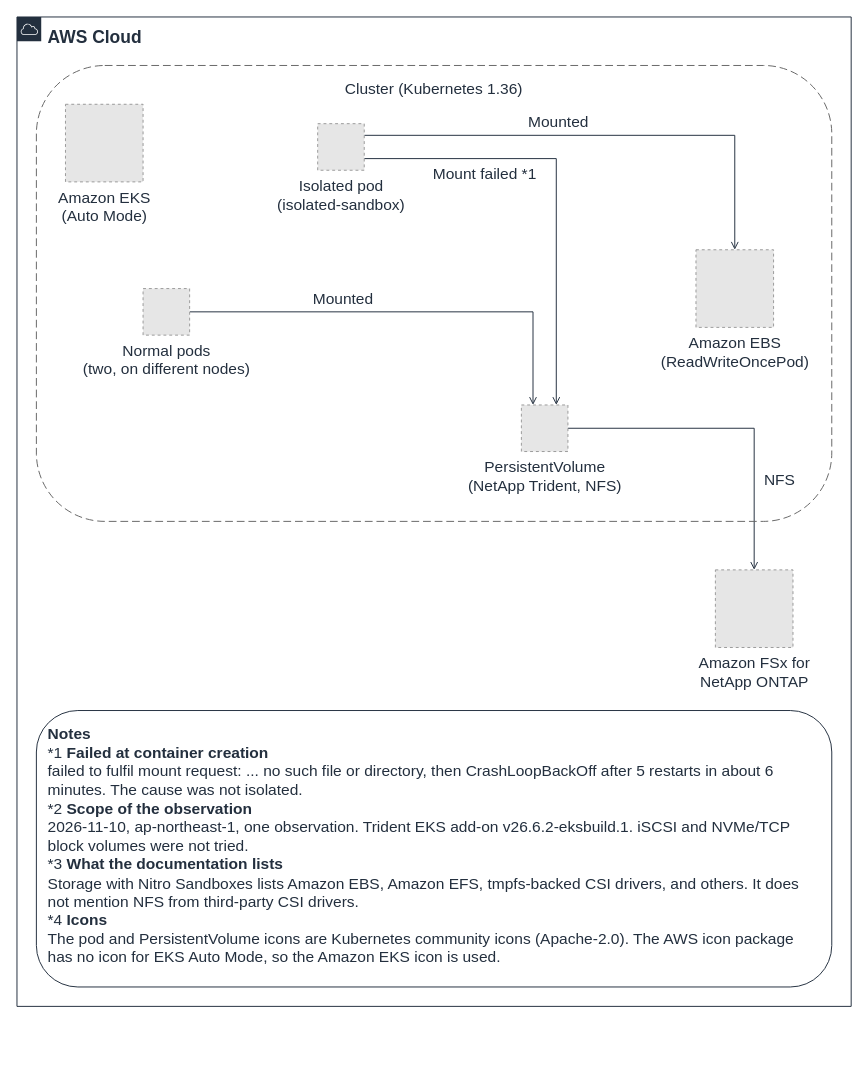
Earlier version of the draw.io diagram docs/_assets/diagrams/s3ap-sandbox-storage-en.drawio (Yoshiki0705/FSx-for-ONTAP-Container-Datastore-Patterns). Source tidied: cells renumbered, new cells numbered last; positions are measured from the earlier drawing's top-left corner, leaving out a move shared by most shapes. Both pictures are drawn from the tidied source at 97%, with x=0, y=0 at pixel (16, 16). Pictures stored in the file or linked from it are replaced by grey dashed boxes.
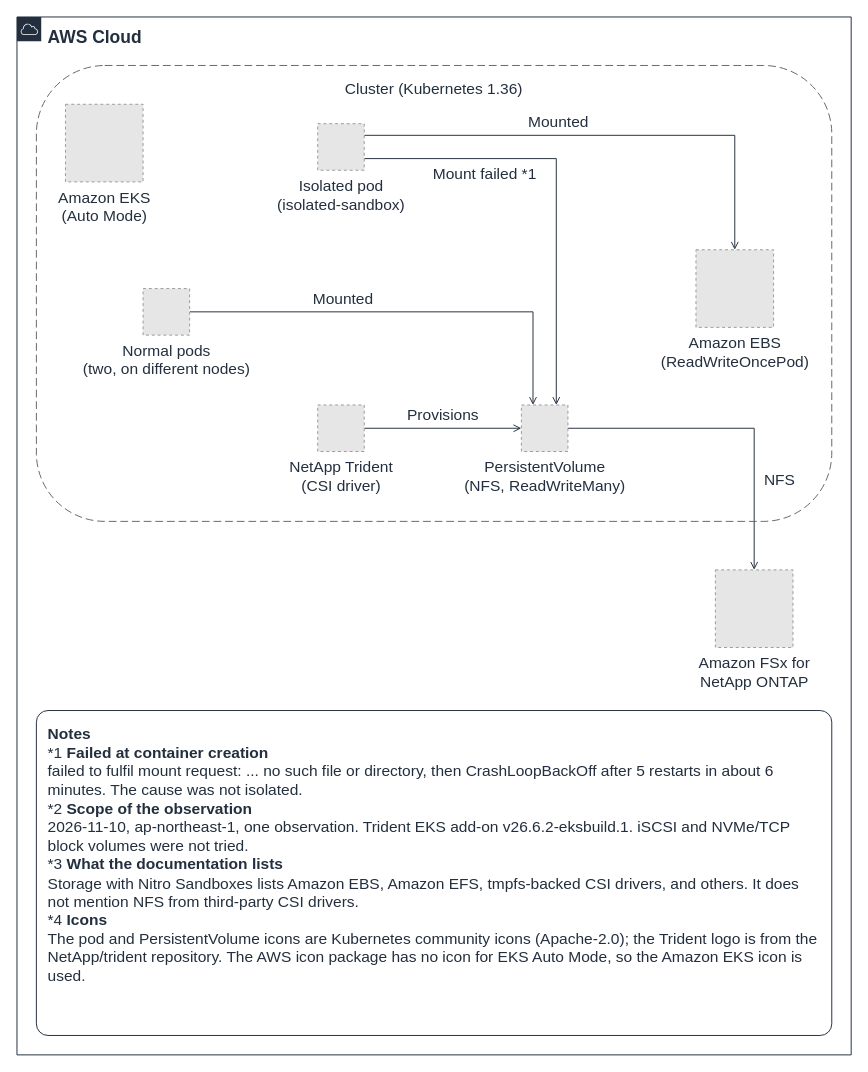
The same page after the edit.

What changed in the source:
```diff
@@
+    <mxCell id="15" value="Provisions" style="edgeStyle=orthogonalEdgeStyle;rounded=0;html=1;endArrow=open;endFill=0;strokeColor=#232F3E;strokeWidth=1;fontSize=16;fontColor=#232F3E;labelBackgroundColor=#FFFFFF;exitX=1.0;exitY=0.5;exitDx=0;exitDy=0;entryX=0.0;entryY=0.5;entryDx=0;entryDy=0;" parent="1" edge="1" source="16" target="13">
+      <mxGeometry relative="1" as="geometry">
+        <mxPoint y="-14" as="offset" />
+      </mxGeometry>
+    </mxCell>
@@
     <mxCell id="6" value="AWS Cloud" style="gradientColor=none;html=1;whiteSpace=wrap;fontSize=18;fontStyle=1;fontColor=#232F3E;shape=mxgraph.aws4.group;grIcon=mxgraph.aws4.group_aws_cloud;strokeColor=#232F3E;fillColor=none;verticalAlign=top;align=left;spacingLeft=30;spacingTop=4;dashed=0;labelBackgroundColor=#FFFFFF;" parent="1" vertex="1">
-      <mxGeometry width="860" height="1020" as="geometry" />
+      <mxGeometry width="860" height="1070" as="geometry" />
     </mxCell>
@@
-    <mxCell id="8" value="&lt;b&gt;Notes&lt;/b&gt;&lt;br&gt;*1 &lt;b&gt;Failed at container creation&lt;/b&gt;&lt;br&gt;failed to fulfil mount request: ... no such file or directory, then CrashLoopBackOff after 5 restarts in about 6 minutes. The cause was not isolated.&lt;br&gt;*2 &lt;b&gt;Scope of the observation&lt;/b&gt;&lt;br&gt;2026-11-10, ap-northeast-1, one observation. Trident EKS add-on v26.6.2-eksbuild.1. iSCSI and NVMe/TCP block volumes were not tried.&lt;br&gt;*3 &lt;b&gt;What the documentation lists&lt;/b&gt;&lt;br&gt;Storage with Nitro Sandboxes lists Amazon EBS, Amazon EFS, tmpfs-backed CSI drivers, and others. It does not mention NFS from third-party CSI drivers.&lt;br&gt;*4 &lt;b&gt;Icons&lt;/b&gt;&lt;br&gt;The pod and PersistentVolume icons are Kubernetes community icons (Apache-2.0). The AWS icon package has no icon for EKS Auto Mode, so the Amazon EKS icon is used." style="rounded=1;whiteSpace=wrap;html=1;strokeColor=#232F3E;fillColor=none;fontColor=#232F3E;fontSize=16;verticalAlign=top;align=left;spacingLeft=10;spacingRight=10;spacingTop=8;" parent="1" vertex="1">
-      <mxGeometry x="20" y="715" width="820" height="285" as="geometry" />
+    <mxCell id="8" value="&lt;b&gt;Notes&lt;/b&gt;&lt;br&gt;*1 &lt;b&gt;Failed at container creation&lt;/b&gt;&lt;br&gt;failed to fulfil mount request: ... no such file or directory, then CrashLoopBackOff after 5 restarts in about 6 minutes. The cause was not isolated.&lt;br&gt;*2 &lt;b&gt;Scope of the observation&lt;/b&gt;&lt;br&gt;2026-11-10, ap-northeast-1, one observation. Trident EKS add-on v26.6.2-eksbuild.1. iSCSI and NVMe/TCP block volumes were not tried.&lt;br&gt;*3 &lt;b&gt;What the documentation lists&lt;/b&gt;&lt;br&gt;Storage with Nitro Sandboxes lists Amazon EBS, Amazon EFS, tmpfs-backed CSI drivers, and others. It does not mention NFS from third-party CSI drivers.&lt;br&gt;*4 &lt;b&gt;Icons&lt;/b&gt;&lt;br&gt;The pod and PersistentVolume icons are Kubernetes community icons (Apache-2.0); the Trident logo is from the NetApp/trident repository. The AWS icon package has no icon for EKS Auto Mode, so the Amazon EKS icon is used." style="rounded=1;absoluteArcSize=1;arcSize=24;whiteSpace=wrap;html=1;strokeColor=#232F3E;fillColor=none;fontColor=#232F3E;fontSize=16;verticalAlign=top;align=left;spacingLeft=10;spacingRight=10;spacingTop=8;" parent="1" vertex="1">
+      <mxGeometry x="20" y="715" width="820" height="335" as="geometry" />
     </mxCell>
@@
+    <mxCell id="16" value="NetApp Trident&lt;br&gt;(CSI driver)" style="fillColor=#E6E6E6;strokeColor=#999999;dashed=1;html=1;verticalLabelPosition=bottom;verticalAlign=top;labelPosition=center;align=center;fontSize=16;fontColor=#232F3E;" parent="1" vertex="1">
+      <mxGeometry x="310" y="400" width="48" height="48" as="geometry" />
+    </mxCell>
-    <mxCell id="13" value="PersistentVolume&lt;br&gt;(NetApp Trident, NFS)" style="fillColor=#E6E6E6;strokeColor=#999999;dashed=1;html=1;verticalLabelPosition=bottom;verticalAlign=top;labelPosition=center;align=center;fontSize=16;fontColor=#232F3E;" parent="1" vertex="1">
+    <mxCell id="13" value="PersistentVolume&lt;br&gt;(NFS, ReadWriteMany)" style="fillColor=#E6E6E6;strokeColor=#999999;dashed=1;html=1;verticalLabelPosition=bottom;verticalAlign=top;labelPosition=center;align=center;fontSize=16;fontColor=#232F3E;" parent="1" vertex="1">
       <mxGeometry x="520" y="400" width="48" height="48" as="geometry" />
     </mxCell>
```
